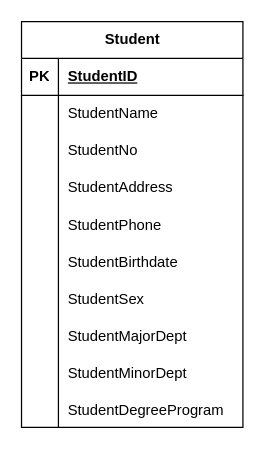
CecilXing0101/7206-Team-Project keeps this draw.io diagram as University E-R FIgure.drawio. Above is the earlier version. Source tidied: cells renumbered, new cells numbered last; positions are measured from the earlier drawing's top-left corner, leaving out a move shared by most shapes. Both pictures are drawn from the tidied source at 123%, with x=0, y=0 at pixel (21, 21).
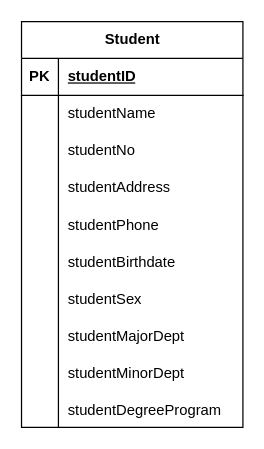
After the change.

Unchanged cells that the change refers to:
```xml
<mxCell id="3" style="shape=tableRow;horizontal=0;startSize=0;swimlaneHead=0;swimlaneBody=0;fillColor=none;top=0;left=0;right=0;bottom=1;" parent="2" vertex="1">
  <mxGeometry y="30" width="180" height="30" as="geometry" />
</mxCell>
<mxCell id="6" style="shape=tableRow;horizontal=0;startSize=0;swimlaneHead=0;swimlaneBody=0;fillColor=none;top=0;left=0;right=0;bottom=0;" parent="2" vertex="1">
  <mxGeometry y="60" width="180" height="30" as="geometry" />
</mxCell>
<mxCell id="9" style="shape=tableRow;horizontal=0;startSize=0;swimlaneHead=0;swimlaneBody=0;fillColor=none;top=0;left=0;right=0;bottom=0;" parent="2" vertex="1">
  <mxGeometry y="90" width="180" height="30" as="geometry" />
</mxCell>
<mxCell id="12" style="shape=tableRow;horizontal=0;startSize=0;swimlaneHead=0;swimlaneBody=0;fillColor=none;top=0;left=0;right=0;bottom=0;" parent="2" vertex="1">
  <mxGeometry y="120" width="180" height="30" as="geometry" />
</mxCell>
<mxCell id="15" style="shape=tableRow;horizontal=0;startSize=0;swimlaneHead=0;swimlaneBody=0;fillColor=none;top=0;left=0;right=0;bottom=0;" parent="2" vertex="1">
  <mxGeometry y="150" width="180" height="30" as="geometry" />
</mxCell>
<mxCell id="18" style="shape=tableRow;horizontal=0;startSize=0;swimlaneHead=0;swimlaneBody=0;fillColor=none;top=0;left=0;right=0;bottom=0;" parent="2" vertex="1">
  <mxGeometry y="180" width="180" height="30" as="geometry" />
</mxCell>
<mxCell id="21" style="shape=tableRow;horizontal=0;startSize=0;swimlaneHead=0;swimlaneBody=0;fillColor=none;top=0;left=0;right=0;bottom=0;" parent="2" vertex="1">
  <mxGeometry y="210" width="180" height="30" as="geometry" />
</mxCell>
<mxCell id="24" style="shape=tableRow;horizontal=0;startSize=0;swimlaneHead=0;swimlaneBody=0;fillColor=none;top=0;left=0;right=0;bottom=0;" parent="2" vertex="1">
  <mxGeometry y="240" width="180" height="30" as="geometry" />
</mxCell>
<mxCell id="27" style="shape=tableRow;horizontal=0;startSize=0;swimlaneHead=0;swimlaneBody=0;fillColor=none;top=0;left=0;right=0;bottom=0;" parent="2" vertex="1">
  <mxGeometry y="270" width="180" height="30" as="geometry" />
</mxCell>
<mxCell id="30" style="shape=tableRow;horizontal=0;startSize=0;swimlaneHead=0;swimlaneBody=0;fillColor=none;top=0;left=0;right=0;bottom=0;" parent="2" vertex="1">
  <mxGeometry y="300" width="180" height="30" as="geometry" />
</mxCell>
```

The edit, as a diff of the source:
```diff
@@
-    <mxCell id="5" value="StudentID" style="shape=partialRectangle;fillColor=none;top=0;left=0;bottom=0;right=0;align=left;spacingLeft=6;fontStyle=5;overflow=hidden;whiteSpace=wrap;html=1;" parent="3" vertex="1">
+    <mxCell id="5" value="studentID" style="shape=partialRectangle;fillColor=none;top=0;left=0;bottom=0;right=0;align=left;spacingLeft=6;fontStyle=5;overflow=hidden;whiteSpace=wrap;html=1;" parent="3" vertex="1">
       <mxGeometry x="30" width="150" height="30" as="geometry" />
     </mxCell>
@@
-    <mxCell id="8" value="StudentName" style="shape=partialRectangle;fillColor=none;top=0;left=0;bottom=0;right=0;align=left;spacingLeft=6;overflow=hidden;whiteSpace=wrap;html=1;" parent="6" vertex="1">
+    <mxCell id="8" value="studentName" style="shape=partialRectangle;fillColor=none;top=0;left=0;bottom=0;right=0;align=left;spacingLeft=6;overflow=hidden;whiteSpace=wrap;html=1;" parent="6" vertex="1">
       <mxGeometry x="30" width="150" height="30" as="geometry" />
     </mxCell>
@@
-    <mxCell id="11" value="StudentNo" style="shape=partialRectangle;fillColor=none;top=0;left=0;bottom=0;right=0;align=left;spacingLeft=6;overflow=hidden;whiteSpace=wrap;html=1;" parent="9" vertex="1">
+    <mxCell id="11" value="studentNo" style="shape=partialRectangle;fillColor=none;top=0;left=0;bottom=0;right=0;align=left;spacingLeft=6;overflow=hidden;whiteSpace=wrap;html=1;" parent="9" vertex="1">
       <mxGeometry x="30" width="150" height="30" as="geometry" />
     </mxCell>
@@
-    <mxCell id="14" value="StudentAddress" style="shape=partialRectangle;fillColor=none;top=0;left=0;bottom=0;right=0;align=left;spacingLeft=6;overflow=hidden;whiteSpace=wrap;html=1;" parent="12" vertex="1">
+    <mxCell id="14" value="studentAddress" style="shape=partialRectangle;fillColor=none;top=0;left=0;bottom=0;right=0;align=left;spacingLeft=6;overflow=hidden;whiteSpace=wrap;html=1;" parent="12" vertex="1">
       <mxGeometry x="30" width="150" height="30" as="geometry" />
     </mxCell>
@@
-    <mxCell id="17" value="StudentPhone" style="shape=partialRectangle;fillColor=none;top=0;left=0;bottom=0;right=0;align=left;spacingLeft=6;overflow=hidden;" parent="15" vertex="1">
+    <mxCell id="17" value="studentPhone" style="shape=partialRectangle;fillColor=none;top=0;left=0;bottom=0;right=0;align=left;spacingLeft=6;overflow=hidden;" parent="15" vertex="1">
       <mxGeometry x="30" width="150" height="30" as="geometry" />
     </mxCell>
@@
-    <mxCell id="20" value="StudentBirthdate" style="shape=partialRectangle;fillColor=none;top=0;left=0;bottom=0;right=0;align=left;spacingLeft=6;overflow=hidden;" parent="18" vertex="1">
+    <mxCell id="20" value="studentBirthdate" style="shape=partialRectangle;fillColor=none;top=0;left=0;bottom=0;right=0;align=left;spacingLeft=6;overflow=hidden;" parent="18" vertex="1">
       <mxGeometry x="30" width="150" height="30" as="geometry" />
     </mxCell>
@@
-    <mxCell id="23" value="StudentSex" style="shape=partialRectangle;fillColor=none;top=0;left=0;bottom=0;right=0;align=left;spacingLeft=6;overflow=hidden;" parent="21" vertex="1">
+    <mxCell id="23" value="studentSex" style="shape=partialRectangle;fillColor=none;top=0;left=0;bottom=0;right=0;align=left;spacingLeft=6;overflow=hidden;" parent="21" vertex="1">
       <mxGeometry x="30" width="150" height="30" as="geometry" />
     </mxCell>
@@
-    <mxCell id="26" value="StudentMajorDept" style="shape=partialRectangle;fillColor=none;top=0;left=0;bottom=0;right=0;align=left;spacingLeft=6;overflow=hidden;" parent="24" vertex="1">
+    <mxCell id="26" value="studentMajorDept" style="shape=partialRectangle;fillColor=none;top=0;left=0;bottom=0;right=0;align=left;spacingLeft=6;overflow=hidden;" parent="24" vertex="1">
       <mxGeometry x="30" width="150" height="30" as="geometry" />
     </mxCell>
@@
-    <mxCell id="29" value="StudentMinorDept" style="shape=partialRectangle;fillColor=none;top=0;left=0;bottom=0;right=0;align=left;spacingLeft=6;overflow=hidden;" parent="27" vertex="1">
+    <mxCell id="29" value="studentMinorDept" style="shape=partialRectangle;fillColor=none;top=0;left=0;bottom=0;right=0;align=left;spacingLeft=6;overflow=hidden;" parent="27" vertex="1">
       <mxGeometry x="30" width="150" height="30" as="geometry" />
     </mxCell>
@@
-    <mxCell id="32" value="StudentDegreeProgram" style="shape=partialRectangle;fillColor=none;top=0;left=0;bottom=0;right=0;align=left;spacingLeft=6;overflow=hidden;" parent="30" vertex="1">
+    <mxCell id="32" value="studentDegreeProgram" style="shape=partialRectangle;fillColor=none;top=0;left=0;bottom=0;right=0;align=left;spacingLeft=6;overflow=hidden;" parent="30" vertex="1">
       <mxGeometry x="30" width="150" height="30" as="geometry" />
     </mxCell>
```
